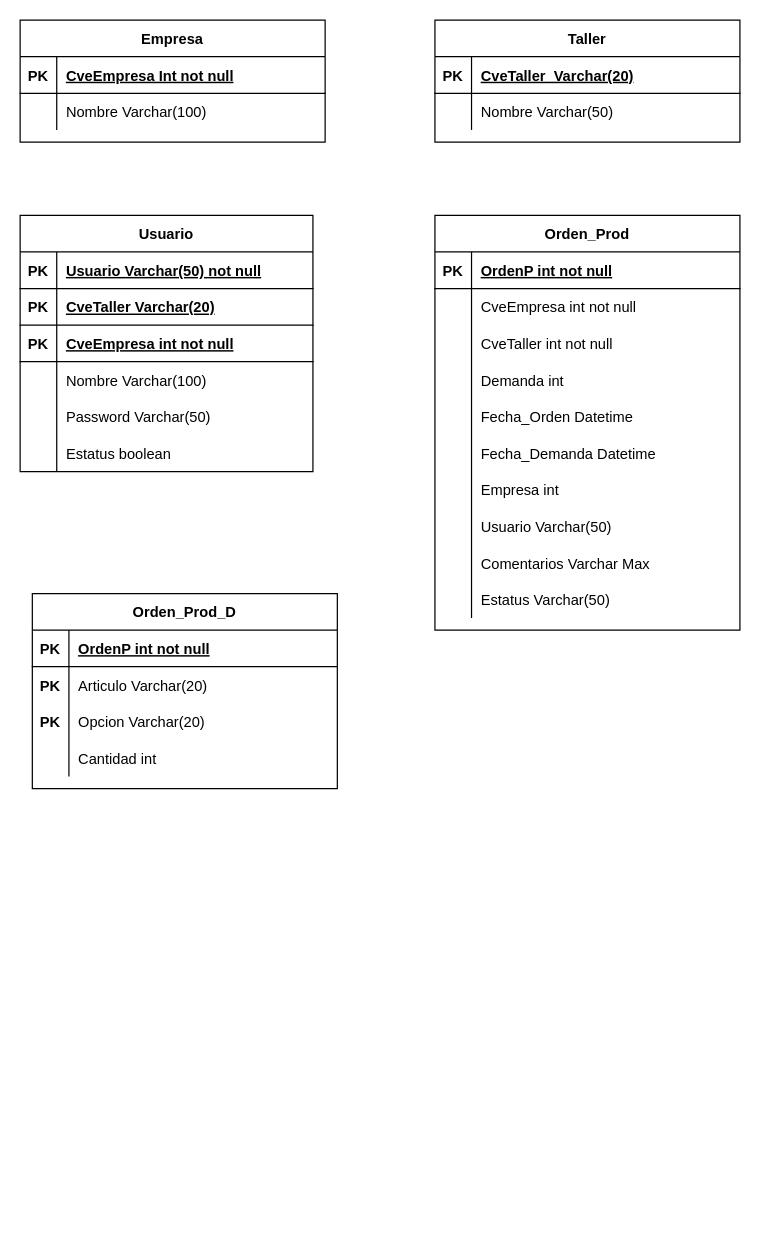
This is Diagrama sin título.drawio from ericF83/DiagramasDBIG015, a draw.io file, before an edit. Source tidied: cells renumbered, new cells numbered last; positions are measured from the earlier drawing's top-left corner, leaving out a move shared by most shapes. Both pictures are drawn from the tidied source at 122%, with x=0, y=0 at pixel (20, 20).
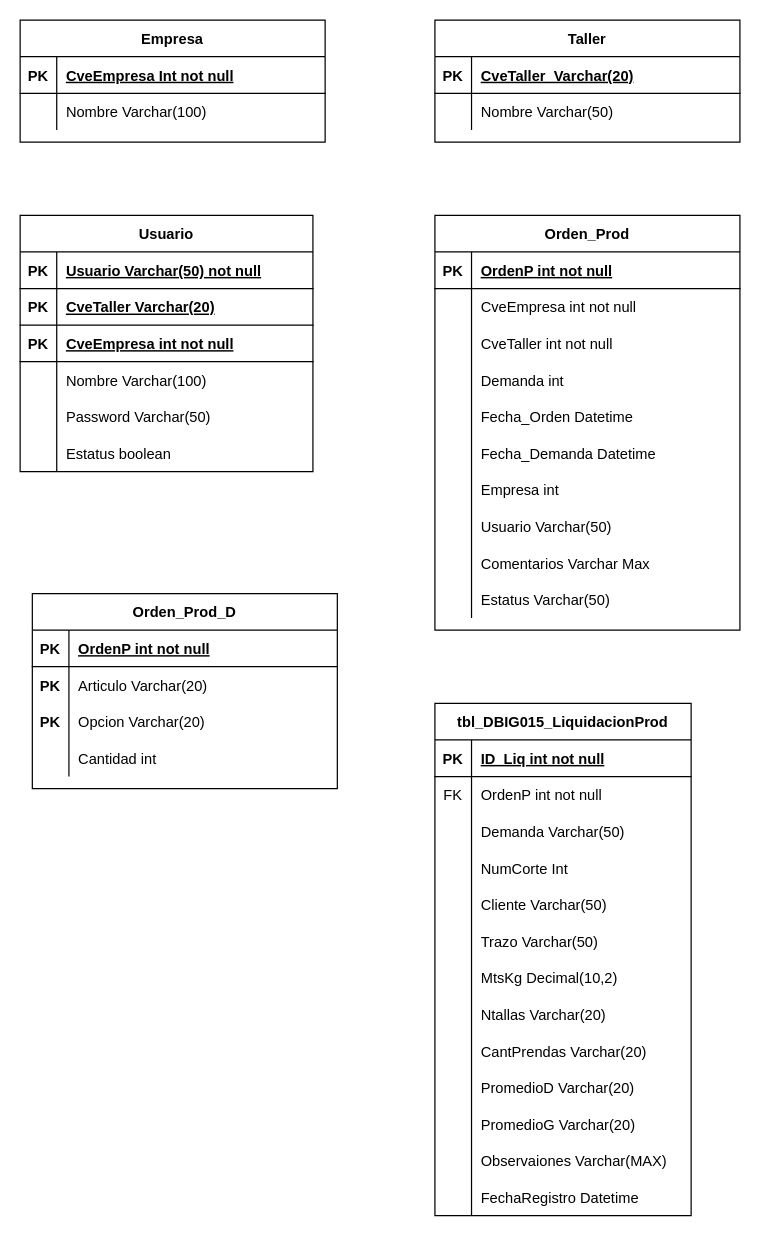
After the change.

Diff of the diagram source:
```diff
@@
+    <mxCell id="79" value="tbl_DBIG015_LiquidacionProd" style="shape=table;startSize=30;childLayout=tableLayout;rowLines=0;fontStyle=1;align=center;" parent="1" vertex="1">
+      <mxGeometry x="340" y="560" width="210" height="420" as="geometry" />
+    </mxCell>
+    <mxCell id="80" style="shape=tableRow;horizontal=0;startSize=0;swimlaneHead=0;swimlaneBody=0;fillColor=none;top=0;left=0;right=0;bottom=1;" parent="79" vertex="1">
+      <mxGeometry y="30" width="210" height="30" as="geometry" />
+    </mxCell>
+    <mxCell id="81" value="PK" style="shape=partialRectangle;fillColor=none;top=0;left=0;bottom=0;right=0;fontStyle=1;overflow=hidden;" parent="80" vertex="1">
+      <mxGeometry width="30" height="30" as="geometry" />
+    </mxCell>
+    <mxCell id="82" value="ID_Liq int not null" style="shape=partialRectangle;fillColor=none;top=0;left=0;bottom=0;right=0;align=left;spacingLeft=6;fontStyle=5;overflow=hidden;" parent="80" vertex="1">
+      <mxGeometry x="30" width="180" height="30" as="geometry" />
+    </mxCell>
+    <mxCell id="83" style="shape=tableRow;horizontal=0;startSize=0;swimlaneHead=0;swimlaneBody=0;fillColor=none;top=0;left=0;right=0;bottom=0;" parent="79" vertex="1">
+      <mxGeometry y="60" width="210" height="30" as="geometry" />
+    </mxCell>
+    <mxCell id="84" value="FK" style="shape=partialRectangle;fillColor=none;top=0;left=0;bottom=0;right=0;fontStyle=0;overflow=hidden;" parent="83" vertex="1">
+      <mxGeometry width="30" height="30" as="geometry" />
+    </mxCell>
+    <mxCell id="85" value="OrdenP int not null" style="shape=partialRectangle;fillColor=none;top=0;left=0;bottom=0;right=0;align=left;spacingLeft=6;fontStyle=0;overflow=hidden;" parent="83" vertex="1">
+      <mxGeometry x="30" width="180" height="30" as="geometry" />
+    </mxCell>
+    <mxCell id="86" style="shape=tableRow;horizontal=0;startSize=0;swimlaneHead=0;swimlaneBody=0;fillColor=none;top=0;left=0;right=0;bottom=0;" parent="79" vertex="1">
+      <mxGeometry y="90" width="210" height="30" as="geometry" />
+    </mxCell>
+    <mxCell id="87" style="shape=partialRectangle;fillColor=none;top=0;left=0;bottom=0;right=0;overflow=hidden;" parent="86" vertex="1">
+      <mxGeometry width="30" height="30" as="geometry" />
+    </mxCell>
+    <mxCell id="88" value="Demanda Varchar(50)" style="shape=partialRectangle;fillColor=none;top=0;left=0;bottom=0;right=0;align=left;spacingLeft=6;overflow=hidden;" parent="86" vertex="1">
+      <mxGeometry x="30" width="180" height="30" as="geometry" />
+    </mxCell>
+    <mxCell id="89" style="shape=tableRow;horizontal=0;startSize=0;swimlaneHead=0;swimlaneBody=0;fillColor=none;top=0;left=0;right=0;bottom=0;" parent="79" vertex="1">
+      <mxGeometry y="120" width="210" height="30" as="geometry" />
+    </mxCell>
+    <mxCell id="90" style="shape=partialRectangle;fillColor=none;top=0;left=0;bottom=0;right=0;overflow=hidden;" parent="89" vertex="1">
+      <mxGeometry width="30" height="30" as="geometry" />
+    </mxCell>
+    <mxCell id="91" value="NumCorte Int " style="shape=partialRectangle;fillColor=none;top=0;left=0;bottom=0;right=0;align=left;spacingLeft=6;overflow=hidden;" parent="89" vertex="1">
+      <mxGeometry x="30" width="180" height="30" as="geometry" />
+    </mxCell>
+    <mxCell id="92" style="shape=tableRow;horizontal=0;startSize=0;swimlaneHead=0;swimlaneBody=0;fillColor=none;top=0;left=0;right=0;bottom=0;" parent="79" vertex="1">
+      <mxGeometry y="150" width="210" height="30" as="geometry" />
+    </mxCell>
+    <mxCell id="93" style="shape=partialRectangle;fillColor=none;top=0;left=0;bottom=0;right=0;overflow=hidden;" parent="92" vertex="1">
+      <mxGeometry width="30" height="30" as="geometry" />
+    </mxCell>
+    <mxCell id="94" value="Cliente Varchar(50)" style="shape=partialRectangle;fillColor=none;top=0;left=0;bottom=0;right=0;align=left;spacingLeft=6;overflow=hidden;" parent="92" vertex="1">
+      <mxGeometry x="30" width="180" height="30" as="geometry" />
+    </mxCell>
+    <mxCell id="95" style="shape=tableRow;horizontal=0;startSize=0;swimlaneHead=0;swimlaneBody=0;fillColor=none;top=0;left=0;right=0;bottom=0;" parent="79" vertex="1">
+      <mxGeometry y="180" width="210" height="30" as="geometry" />
+    </mxCell>
+    <mxCell id="96" style="shape=partialRectangle;fillColor=none;top=0;left=0;bottom=0;right=0;overflow=hidden;" parent="95" vertex="1">
+      <mxGeometry width="30" height="30" as="geometry" />
+    </mxCell>
+    <mxCell id="97" value="Trazo Varchar(50)" style="shape=partialRectangle;fillColor=none;top=0;left=0;bottom=0;right=0;align=left;spacingLeft=6;overflow=hidden;" parent="95" vertex="1">
+      <mxGeometry x="30" width="180" height="30" as="geometry" />
+    </mxCell>
+    <mxCell id="98" style="shape=tableRow;horizontal=0;startSize=0;swimlaneHead=0;swimlaneBody=0;fillColor=none;top=0;left=0;right=0;bottom=0;" parent="79" vertex="1">
+      <mxGeometry y="210" width="210" height="30" as="geometry" />
+    </mxCell>
+    <mxCell id="99" style="shape=partialRectangle;fillColor=none;top=0;left=0;bottom=0;right=0;overflow=hidden;" parent="98" vertex="1">
+      <mxGeometry width="30" height="30" as="geometry" />
+    </mxCell>
+    <mxCell id="100" value="MtsKg Decimal(10,2)" style="shape=partialRectangle;fillColor=none;top=0;left=0;bottom=0;right=0;align=left;spacingLeft=6;overflow=hidden;" parent="98" vertex="1">
+      <mxGeometry x="30" width="180" height="30" as="geometry" />
+    </mxCell>
+    <mxCell id="101" style="shape=tableRow;horizontal=0;startSize=0;swimlaneHead=0;swimlaneBody=0;fillColor=none;top=0;left=0;right=0;bottom=0;" parent="79" vertex="1">
+      <mxGeometry y="240" width="210" height="30" as="geometry" />
+    </mxCell>
+    <mxCell id="102" style="shape=partialRectangle;fillColor=none;top=0;left=0;bottom=0;right=0;overflow=hidden;" parent="101" vertex="1">
+      <mxGeometry width="30" height="30" as="geometry" />
+    </mxCell>
+    <mxCell id="103" value="Ntallas Varchar(20)" style="shape=partialRectangle;fillColor=none;top=0;left=0;bottom=0;right=0;align=left;spacingLeft=6;overflow=hidden;" parent="101" vertex="1">
+      <mxGeometry x="30" width="180" height="30" as="geometry" />
+    </mxCell>
+    <mxCell id="104" style="shape=tableRow;horizontal=0;startSize=0;swimlaneHead=0;swimlaneBody=0;fillColor=none;top=0;left=0;right=0;bottom=0;" parent="79" vertex="1">
+      <mxGeometry y="270" width="210" height="30" as="geometry" />
+    </mxCell>
+    <mxCell id="105" style="shape=partialRectangle;fillColor=none;top=0;left=0;bottom=0;right=0;overflow=hidden;" parent="104" vertex="1">
+      <mxGeometry width="30" height="30" as="geometry" />
+    </mxCell>
+    <mxCell id="106" value="CantPrendas Varchar(20)" style="shape=partialRectangle;fillColor=none;top=0;left=0;bottom=0;right=0;align=left;spacingLeft=6;overflow=hidden;" parent="104" vertex="1">
+      <mxGeometry x="30" width="180" height="30" as="geometry" />
+    </mxCell>
+    <mxCell id="107" style="shape=tableRow;horizontal=0;startSize=0;swimlaneHead=0;swimlaneBody=0;fillColor=none;top=0;left=0;right=0;bottom=0;" parent="79" vertex="1">
+      <mxGeometry y="300" width="210" height="30" as="geometry" />
+    </mxCell>
+    <mxCell id="108" style="shape=partialRectangle;fillColor=none;top=0;left=0;bottom=0;right=0;overflow=hidden;" parent="107" vertex="1">
+      <mxGeometry width="30" height="30" as="geometry" />
+    </mxCell>
+    <mxCell id="109" value="PromedioD Varchar(20)" style="shape=partialRectangle;fillColor=none;top=0;left=0;bottom=0;right=0;align=left;spacingLeft=6;overflow=hidden;" parent="107" vertex="1">
+      <mxGeometry x="30" width="180" height="30" as="geometry" />
+    </mxCell>
+    <mxCell id="110" style="shape=tableRow;horizontal=0;startSize=0;swimlaneHead=0;swimlaneBody=0;fillColor=none;top=0;left=0;right=0;bottom=0;" parent="79" vertex="1">
+      <mxGeometry y="330" width="210" height="30" as="geometry" />
+    </mxCell>
+    <mxCell id="111" style="shape=partialRectangle;fillColor=none;top=0;left=0;bottom=0;right=0;overflow=hidden;" parent="110" vertex="1">
+      <mxGeometry width="30" height="30" as="geometry" />
+    </mxCell>
+    <mxCell id="112" value="PromedioG Varchar(20)" style="shape=partialRectangle;fillColor=none;top=0;left=0;bottom=0;right=0;align=left;spacingLeft=6;overflow=hidden;" parent="110" vertex="1">
+      <mxGeometry x="30" width="180" height="30" as="geometry" />
+    </mxCell>
+    <mxCell id="113" style="shape=tableRow;horizontal=0;startSize=0;swimlaneHead=0;swimlaneBody=0;fillColor=none;top=0;left=0;right=0;bottom=0;" parent="79" vertex="1">
+      <mxGeometry y="360" width="210" height="30" as="geometry" />
+    </mxCell>
+    <mxCell id="114" style="shape=partialRectangle;fillColor=none;top=0;left=0;bottom=0;right=0;overflow=hidden;" parent="113" vertex="1">
+      <mxGeometry width="30" height="30" as="geometry" />
+    </mxCell>
+    <mxCell id="115" value="Observaiones Varchar(MAX)" style="shape=partialRectangle;fillColor=none;top=0;left=0;bottom=0;right=0;align=left;spacingLeft=6;overflow=hidden;" parent="113" vertex="1">
+      <mxGeometry x="30" width="180" height="30" as="geometry" />
+    </mxCell>
+    <mxCell id="116" style="shape=tableRow;horizontal=0;startSize=0;swimlaneHead=0;swimlaneBody=0;fillColor=none;top=0;left=0;right=0;bottom=0;" parent="79" vertex="1">
+      <mxGeometry y="390" width="210" height="30" as="geometry" />
+    </mxCell>
+    <mxCell id="117" style="shape=partialRectangle;fillColor=none;top=0;left=0;bottom=0;right=0;overflow=hidden;" parent="116" vertex="1">
+      <mxGeometry width="30" height="30" as="geometry" />
+    </mxCell>
+    <mxCell id="118" value="FechaRegistro Datetime" style="shape=partialRectangle;fillColor=none;top=0;left=0;bottom=0;right=0;align=left;spacingLeft=6;overflow=hidden;" parent="116" vertex="1">
+      <mxGeometry x="30" width="180" height="30" as="geometry" />
+    </mxCell>
```
